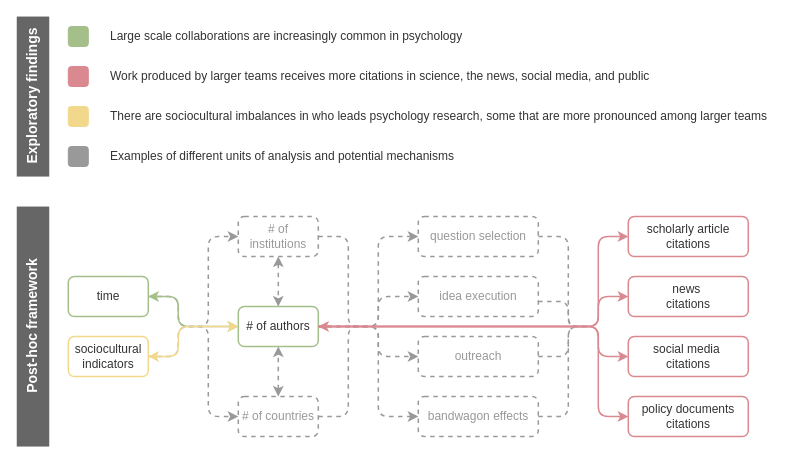
Before: admin/btpsych24a.drawio in Social-Science-Collaboratory/btpsych, a draw.io diagram. Source tidied: cells renumbered, new cells numbered last; positions are measured from the earlier drawing's top-left corner, leaving out a move shared by most shapes. Both pictures are drawn from the tidied source at 100%, with x=0, y=0 at pixel (-87, 26).
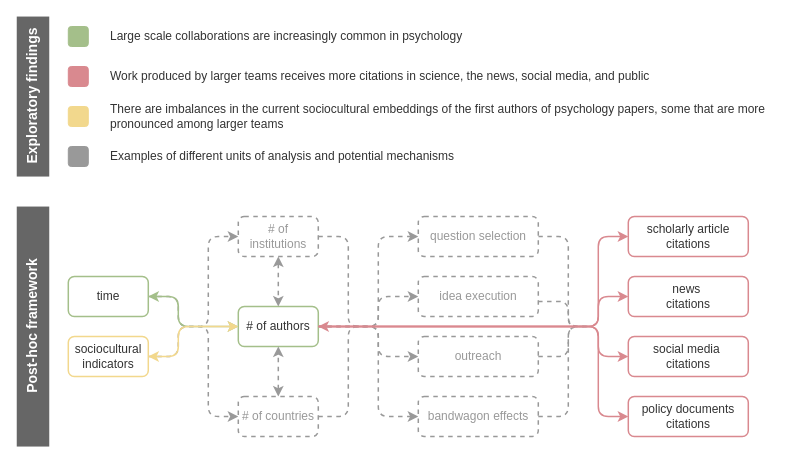
The same page after the edit.

The edit, as a diff of the source:
```diff
@@
-    <mxCell id="39" value="There are sociocultural imbalances in who leads psychology research, some that are more pronounced among larger teams" style="text;html=1;align=left;verticalAlign=middle;whiteSpace=wrap;rounded=0;fontColor=#333333;" parent="1" vertex="1">
+    <mxCell id="39" value="There are imbalances in the current sociocultural embeddings of the first authors of psychology papers, some that are more pronounced among larger teams" style="text;html=1;align=left;verticalAlign=middle;whiteSpace=wrap;rounded=0;fontColor=#333333;" parent="1" vertex="1">
       <mxGeometry x="194.8" y="80" width="661.2" height="20" as="geometry" />
     </mxCell>
```
